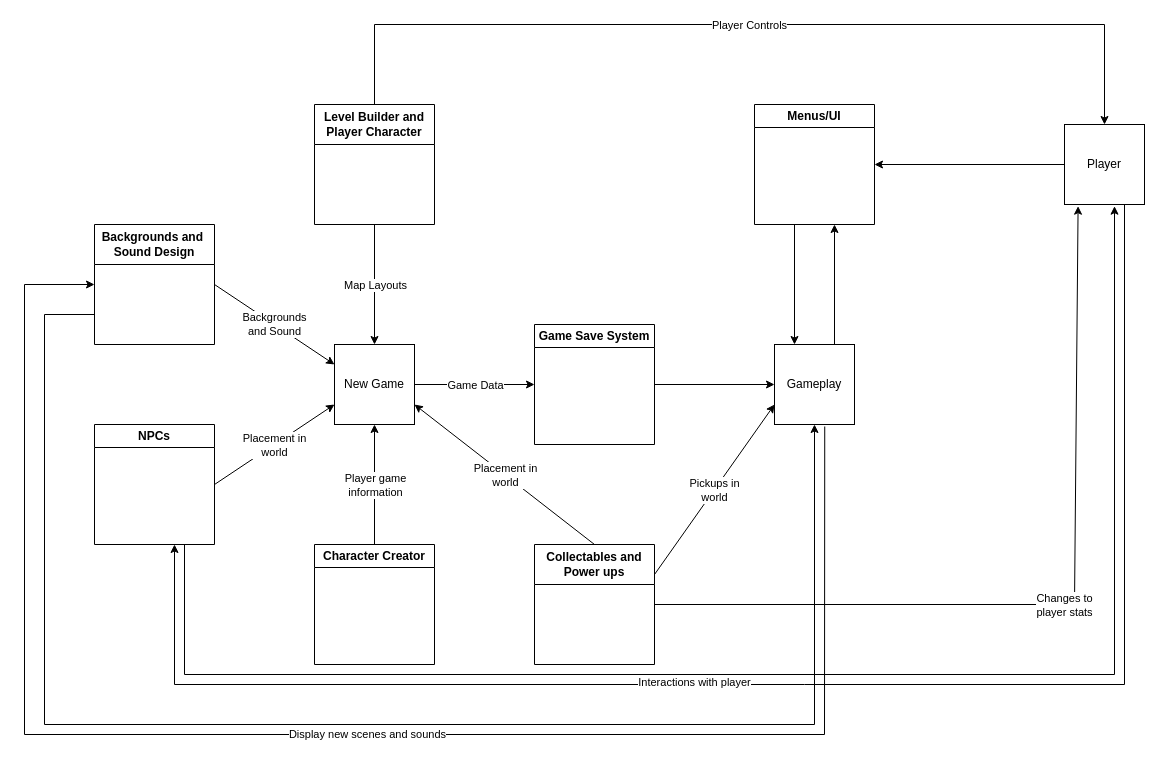
This is Docs/Data_Flow_Diagram_0_DRAWIO_VERSION.drawio from GreenSkyGames/Breaking-Red, a draw.io file, before an edit. Source tidied: cells renumbered, new cells numbered last; positions are measured from the earlier drawing's top-left corner, leaving out a move shared by most shapes. Both pictures are drawn from the tidied source at 100%, with x=0, y=0 at pixel (24, 24).
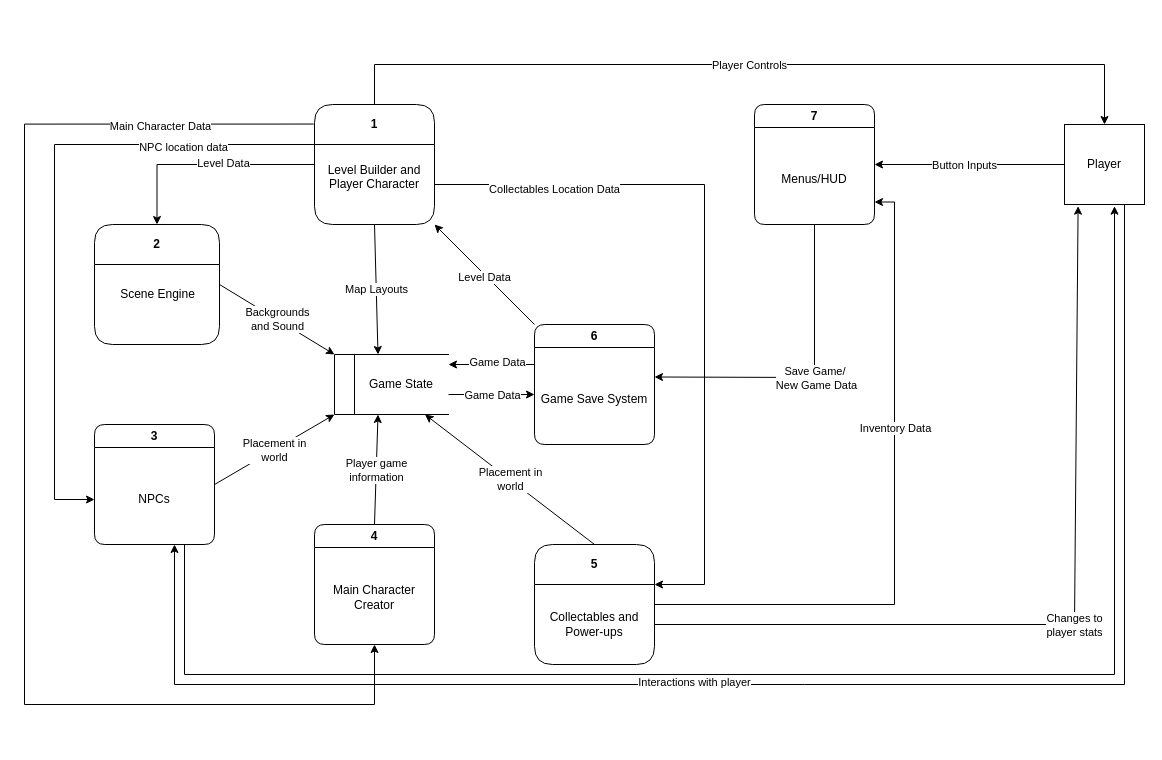
The same diagram, later.

Unchanged cells that the change refers to:
```xml
<mxCell id="12" value="Player" style="whiteSpace=wrap;html=1;" parent="1" vertex="1">
  <mxGeometry x="1040" y="100" width="80" height="80" as="geometry" />
</mxCell>
<mxCell id="13" style="endArrow=classic;html=1;rounded=0;exitX=0;exitY=0.5;exitDx=0;exitDy=0;entryX=1;entryY=0.5;entryDx=0;entryDy=0;" parent="1" edge="1" source="12" target="9">
  <mxGeometry relative="1" as="geometry" />
</mxCell>
```

The edit, as a diff of the source:
```diff
@@
-<mxGraphModel>
+<mxGraphModel background="#ffffff">
@@
-    <mxCell id="2" value="Level Builder and Player Character" style="swimlane;whiteSpace=wrap;html=1;startSize=40;" parent="1" vertex="1">
+    <mxCell id="2" value="1" style="swimlane;whiteSpace=wrap;html=1;startSize=40;rounded=1;" parent="1" vertex="1">
       <mxGeometry x="290" y="80" width="120" height="120" as="geometry" />
     </mxCell>
-    <mxCell id="3" value="New Game" style="whiteSpace=wrap;html=1;" parent="1" vertex="1">
-      <mxGeometry x="310" y="320" width="80" height="80" as="geometry" />
-    </mxCell>
+    <mxCell id="40" value="&lt;div&gt;Level Builder and&lt;/div&gt;&lt;div&gt;Player Character&lt;br&gt;&lt;/div&gt;&lt;div&gt;&lt;br&gt;&lt;/div&gt;" style="text;html=1;align=center;verticalAlign=middle;whiteSpace=wrap;rounded=0;" parent="2" vertex="1">
+      <mxGeometry y="40" width="120" height="80" as="geometry" />
+    </mxCell>
-    <mxCell id="4" value="&lt;div&gt;Backgrounds and&amp;nbsp;&lt;/div&gt;&lt;div&gt;Sound Design&lt;br&gt;&lt;/div&gt;" style="swimlane;whiteSpace=wrap;html=1;startSize=40;" parent="1" vertex="1">
-      <mxGeometry x="70" y="200" width="120" height="120" as="geometry" />
+    <mxCell id="4" value="2" style="swimlane;whiteSpace=wrap;html=1;startSize=40;rounded=1;" parent="1" vertex="1">
+      <mxGeometry x="70" y="200" width="125" height="120" as="geometry" />
     </mxCell>
+    <mxCell id="41" value="Scene Engine" style="text;html=1;align=center;verticalAlign=middle;strokeColor=none;fillColor=none;" parent="4" vertex="1">
+      <mxGeometry x="12.5" y="55" width="100" height="30" as="geometry" />
+    </mxCell>
-    <mxCell id="5" value="NPCs" style="swimlane;whiteSpace=wrap;html=1;" parent="1" vertex="1">
+    <mxCell id="5" value="3" style="swimlane;whiteSpace=wrap;html=1;rounded=1;" parent="1" vertex="1">
       <mxGeometry x="70" y="400" width="120" height="120" as="geometry" />
     </mxCell>
+    <mxCell id="42" value="NPCs" style="text;html=1;align=center;verticalAlign=middle;whiteSpace=wrap;rounded=0;" parent="5" vertex="1">
+      <mxGeometry y="30" width="120" height="90" as="geometry" />
+    </mxCell>
-    <mxCell id="6" value="Character Creator" style="swimlane;whiteSpace=wrap;html=1;" parent="1" vertex="1">
-      <mxGeometry x="290" y="520" width="120" height="120" as="geometry" />
+    <mxCell id="6" value="4" style="swimlane;whiteSpace=wrap;html=1;rounded=1;" parent="1" vertex="1">
+      <mxGeometry x="290" y="500" width="120" height="120" as="geometry" />
     </mxCell>
+    <mxCell id="43" value="&lt;div&gt;Main Character Creator&lt;/div&gt;" style="text;html=1;align=center;verticalAlign=middle;whiteSpace=wrap;rounded=0;" parent="6" vertex="1">
+      <mxGeometry y="25" width="120" height="95" as="geometry" />
+    </mxCell>
-    <mxCell id="7" value="Game Save System" style="swimlane;whiteSpace=wrap;html=1;" parent="1" vertex="1">
+    <mxCell id="7" value="6" style="swimlane;whiteSpace=wrap;html=1;rounded=1;startSize=23;" parent="1" vertex="1">
       <mxGeometry x="510" y="300" width="120" height="120" as="geometry" />
     </mxCell>
-    <mxCell id="8" value="Gameplay" style="whiteSpace=wrap;html=1;" parent="1" vertex="1">
-      <mxGeometry x="750" y="320" width="80" height="80" as="geometry" />
-    </mxCell>
+    <mxCell id="44" value="Game Save System" style="text;html=1;align=center;verticalAlign=middle;whiteSpace=wrap;rounded=0;" parent="7" vertex="1">
+      <mxGeometry y="30" width="120" height="90" as="geometry" />
+    </mxCell>
-    <mxCell id="9" value="Menus/UI" style="swimlane;whiteSpace=wrap;html=1;" parent="1" vertex="1">
+    <mxCell id="9" value="7" style="swimlane;whiteSpace=wrap;html=1;rounded=1;" parent="1" vertex="1">
       <mxGeometry x="730" y="80" width="120" height="120" as="geometry" />
     </mxCell>
-    <mxCell id="10" style="endArrow=classic;html=1;rounded=0;exitX=1;exitY=0.5;exitDx=0;exitDy=0;entryX=0;entryY=0.5;entryDx=0;entryDy=0;" parent="1" edge="1" source="7" target="8">
-      <mxGeometry relative="1" as="geometry" />
-    </mxCell>
-    <mxCell id="11" style="endArrow=classic;html=1;rounded=0;exitX=0.5;exitY=1;exitDx=0;exitDy=0;entryX=0.5;entryY=0;entryDx=0;entryDy=0;" parent="1" edge="1">
-      <mxGeometry relative="1" as="geometry">
-        <mxPoint x="770" y="200" as="sourcePoint" />
-        <mxPoint x="770" y="320" as="targetPoint" />
-      </mxGeometry>
-    </mxCell>
+    <mxCell id="45" value="Menus/HUD" style="text;html=1;align=center;verticalAlign=middle;whiteSpace=wrap;rounded=1;" parent="9" vertex="1">
+      <mxGeometry y="30" width="120" height="90" as="geometry" />
+    </mxCell>
@@
+    <mxCell id="46" value="Button Inputs" style="edgeLabel;html=1;align=center;verticalAlign=middle;" parent="13" vertex="1">
+      <mxGeometry x="0.06" relative="1" as="geometry" />
+    </mxCell>
     <mxCell id="14" style="endArrow=classic;html=1;rounded=0;exitX=0.5;exitY=0;exitDx=0;exitDy=0;entryX=0.5;entryY=0;entryDx=0;entryDy=0;" parent="1" edge="1" source="2" target="12">
       <mxGeometry relative="1" as="geometry">
         <Array as="points">
-          <mxPoint x="350" />
-          <mxPoint x="1080" />
+          <mxPoint x="350" y="40" />
+          <mxPoint x="1080" y="40" />
         </Array>
       </mxGeometry>
     </mxCell>
@@
-    <mxCell id="16" style="endArrow=classic;html=1;rounded=0;exitX=0.5;exitY=1;exitDx=0;exitDy=0;entryX=0.5;entryY=0;entryDx=0;entryDy=0;" parent="1" edge="1" source="2" target="3">
+    <mxCell id="16" style="endArrow=classic;html=1;rounded=0;exitX=0.5;exitY=1;exitDx=0;exitDy=0;entryX=0;entryY=0.75;entryDx=0;entryDy=0;" parent="1" edge="1" source="2" target="52">
       <mxGeometry relative="1" as="geometry" />
     </mxCell>
@@
-    <mxCell id="18" style="endArrow=classic;html=1;rounded=0;exitX=1;exitY=0.5;exitDx=0;exitDy=0;entryX=0;entryY=0.25;entryDx=0;entryDy=0;" parent="1" edge="1" source="4" target="3">
+    <mxCell id="18" style="endArrow=classic;html=1;rounded=0;exitX=1;exitY=0.5;exitDx=0;exitDy=0;entryX=0;entryY=1;entryDx=0;entryDy=0;" parent="1" edge="1" source="4" target="51">
       <mxGeometry relative="1" as="geometry" />
     </mxCell>
@@
-    <mxCell id="20" style="endArrow=classic;html=1;rounded=0;exitX=0.5;exitY=0;exitDx=0;exitDy=0;entryX=0.5;entryY=1;entryDx=0;entryDy=0;" parent="1" edge="1" source="6" target="3">
+    <mxCell id="20" style="endArrow=classic;html=1;rounded=0;exitX=0.5;exitY=0;exitDx=0;exitDy=0;entryX=1;entryY=0.75;entryDx=0;entryDy=0;" parent="1" edge="1" source="6" target="52">
       <mxGeometry relative="1" as="geometry" />
     </mxCell>
@@
-    <mxCell id="22" style="endArrow=classic;html=1;rounded=0;exitX=1;exitY=0.5;exitDx=0;exitDy=0;entryX=0;entryY=0.75;entryDx=0;entryDy=0;" parent="1" edge="1" source="5" target="3">
-      <mxGeometry relative="1" as="geometry" />
-    </mxCell>
-    <mxCell id="23" value="&lt;div&gt;Placement in&lt;/div&gt;&lt;div&gt;world&lt;br&gt;&lt;/div&gt;" style="edgeLabel;html=1;align=center;verticalAlign=middle;" parent="22" vertex="1">
-      <mxGeometry relative="1" as="geometry" />
-    </mxCell>
-    <mxCell id="24" style="endArrow=classic;html=1;rounded=0;exitX=1;exitY=0.5;exitDx=0;exitDy=0;entryX=0;entryY=0.5;entryDx=0;entryDy=0;" parent="1" edge="1" source="3" target="7">
-      <mxGeometry relative="1" as="geometry" />
+    <mxCell id="24" style="endArrow=classic;html=1;rounded=0;exitX=0.5;exitY=0;exitDx=0;exitDy=0;entryX=0;entryY=0.5;entryDx=0;entryDy=0;" parent="1" edge="1">
+      <mxGeometry relative="1" as="geometry">
+        <mxPoint x="424" y="370" as="sourcePoint" />
+        <mxPoint x="510" y="370" as="targetPoint" />
+      </mxGeometry>
     </mxCell>
@@
-    <mxCell id="26" style="endArrow=classic;html=1;rounded=0;exitX=0.75;exitY=0;exitDx=0;exitDy=0;" parent="1" edge="1" source="8">
-      <mxGeometry relative="1" as="geometry">
-        <mxPoint x="810" y="200" as="targetPoint" />
-      </mxGeometry>
-    </mxCell>
@@
-    <mxCell id="30" style="endArrow=classic;html=1;rounded=0;exitX=0;exitY=0.75;exitDx=0;exitDy=0;entryX=0.5;entryY=1;entryDx=0;entryDy=0;" parent="1" edge="1" source="4" target="8">
-      <mxGeometry relative="1" as="geometry">
-        <Array as="points">
-          <mxPoint x="20" y="290" />
-          <mxPoint x="20" y="700" />
-          <mxPoint x="790" y="700" />
-        </Array>
-      </mxGeometry>
-    </mxCell>
+    <mxCell id="47" style="edgeStyle=orthogonalEdgeStyle;rounded=0;jettySize=auto;html=1;exitX=1;exitY=0.25;exitDx=0;exitDy=0;entryX=1;entryY=0.75;entryDx=0;entryDy=0;" parent="1" edge="1" source="49" target="45">
+      <mxGeometry relative="1" as="geometry">
+        <Array as="points">
+          <mxPoint x="870" y="580" />
+          <mxPoint x="870" y="178" />
+        </Array>
+      </mxGeometry>
+    </mxCell>
+    <mxCell id="48" value="Inventory Data" style="edgeLabel;html=1;align=center;verticalAlign=middle;" parent="47" vertex="1">
+      <mxGeometry x="0.26" relative="1" as="geometry" />
+    </mxCell>
-    <mxCell id="31" value="Collectables and Power ups" style="swimlane;whiteSpace=wrap;html=1;startSize=40;" parent="1" vertex="1">
+    <mxCell id="31" value="5" style="swimlane;whiteSpace=wrap;html=1;startSize=40;rounded=1;" parent="1" vertex="1">
       <mxGeometry x="510" y="520" width="120" height="120" as="geometry" />
     </mxCell>
+    <mxCell id="49" value="&lt;div&gt;Collectables and&lt;/div&gt;&lt;div&gt;Power-ups&lt;br&gt;&lt;/div&gt;" style="text;html=1;align=center;verticalAlign=middle;whiteSpace=wrap;rounded=0;" parent="31" vertex="1">
+      <mxGeometry y="40" width="120" height="80" as="geometry" />
+    </mxCell>
-    <mxCell id="32" style="endArrow=classic;html=1;rounded=0;entryX=1;entryY=0.75;entryDx=0;entryDy=0;exitX=0.5;exitY=0;exitDx=0;exitDy=0;" parent="1" edge="1" source="31" target="3">
+    <mxCell id="32" style="endArrow=classic;html=1;rounded=0;entryX=1;entryY=0.25;entryDx=0;entryDy=0;exitX=0.5;exitY=0;exitDx=0;exitDy=0;" parent="1" edge="1" source="31" target="52">
       <mxGeometry relative="1" as="geometry" />
     </mxCell>
@@
-    <mxCell id="34" style="endArrow=classic;html=1;rounded=0;exitX=0.628;exitY=1.025;exitDx=0;exitDy=0;entryX=0;entryY=0.5;entryDx=0;entryDy=0;exitPerimeter=0;" parent="1" edge="1" source="8" target="4">
-      <mxGeometry relative="1" as="geometry">
-        <Array as="points">
-          <mxPoint x="800" y="710" />
-          <mxPoint y="710" />
-          <mxPoint y="260" />
-        </Array>
-      </mxGeometry>
-    </mxCell>
-    <mxCell id="35" value="Display new scenes and sounds" style="edgeLabel;html=1;align=center;verticalAlign=middle;" parent="34" vertex="1">
-      <mxGeometry x="-0.06" y="-1" relative="1" as="geometry">
-        <mxPoint x="-1" as="offset" />
-      </mxGeometry>
-    </mxCell>
-    <mxCell id="36" style="endArrow=classic;html=1;rounded=0;exitX=1;exitY=0.5;exitDx=0;exitDy=0;entryX=0.17;entryY=1.021;entryDx=0;entryDy=0;entryPerimeter=0;" parent="1" edge="1" source="31" target="12">
+    <mxCell id="36" style="endArrow=classic;html=1;rounded=0;exitX=1;exitY=0.5;exitDx=0;exitDy=0;entryX=0.17;entryY=1.021;entryDx=0;entryDy=0;entryPerimeter=0;" parent="1" edge="1" source="49" target="12">
       <mxGeometry relative="1" as="geometry">
         <Array as="points">
-          <mxPoint x="1050" y="580" />
+          <mxPoint x="1050" y="600" />
         </Array>
       </mxGeometry>
     </mxCell>
@@
-    <mxCell id="38" style="endArrow=classic;html=1;rounded=0;exitX=1;exitY=0.25;exitDx=0;exitDy=0;entryX=0;entryY=0.75;entryDx=0;entryDy=0;" parent="1" edge="1" source="31" target="8">
-      <mxGeometry relative="1" as="geometry" />
-    </mxCell>
-    <mxCell id="39" value="&lt;div&gt;Pickups in&lt;/div&gt;&lt;div&gt;world&lt;br&gt;&lt;/div&gt;" style="edgeLabel;html=1;align=center;verticalAlign=middle;" parent="38" vertex="1">
-      <mxGeometry relative="1" as="geometry" />
-    </mxCell>
+    <mxCell id="50" style="endArrow=classic;html=1;rounded=0;exitX=1;exitY=0.5;exitDx=0;exitDy=0;entryX=1;entryY=1;entryDx=0;entryDy=0;" parent="1" edge="1" source="5" target="51">
+      <mxGeometry relative="1" as="geometry" />
+    </mxCell>
+    <mxCell id="23" value="&lt;div&gt;Placement in&lt;/div&gt;&lt;div&gt;world&lt;br&gt;&lt;/div&gt;" style="edgeLabel;html=1;align=center;verticalAlign=middle;" parent="50" vertex="1">
+      <mxGeometry relative="1" as="geometry" />
+    </mxCell>
+    <mxCell id="51" style="shape=partialRectangle;whiteSpace=wrap;html=1;bottom=1;right=1;left=1;top=0;fillColor=none;routingCenterX=-0.5;direction=south;" parent="1" vertex="1">
+      <mxGeometry x="310" y="330" width="54" height="60" as="geometry" />
+    </mxCell>
+    <mxCell id="52" value="Game State" style="shape=partialRectangle;whiteSpace=wrap;html=1;bottom=1;right=1;left=1;top=0;fillColor=none;routingCenterX=-0.5;direction=south;" parent="1" vertex="1">
+      <mxGeometry x="330" y="330" width="94" height="60" as="geometry" />
+    </mxCell>
+    <mxCell id="53" style="endArrow=classic;html=1;rounded=0;exitX=0;exitY=0;exitDx=0;exitDy=0;entryX=0;entryY=0;entryDx=0;entryDy=0;" parent="1" edge="1">
+      <mxGeometry relative="1" as="geometry">
+        <mxPoint x="510" y="340" as="sourcePoint" />
+        <mxPoint x="424" y="340" as="targetPoint" />
+      </mxGeometry>
+    </mxCell>
+    <mxCell id="54" value="Game Data" style="edgeLabel;html=1;align=center;verticalAlign=middle;" parent="53" vertex="1">
+      <mxGeometry x="-0.11" y="-3" relative="1" as="geometry" />
+    </mxCell>
+    <mxCell id="55" style="endArrow=classic;html=1;rounded=0;exitX=0.5;exitY=1;exitDx=0;exitDy=0;entryX=1;entryY=0.25;entryDx=0;entryDy=0;" parent="1" edge="1" source="45" target="44">
+      <mxGeometry relative="1" as="geometry">
+        <Array as="points">
+          <mxPoint x="790" y="353" />
+        </Array>
+      </mxGeometry>
+    </mxCell>
+    <mxCell id="56" value="&lt;div&gt;Save Game/&amp;nbsp;&lt;/div&gt;&lt;div&gt;New Game Data&lt;/div&gt;" style="edgeLabel;html=1;align=center;verticalAlign=middle;" parent="55" vertex="1">
+      <mxGeometry x="-0.03" y="1" relative="1" as="geometry">
+        <mxPoint y="1" as="offset" />
+      </mxGeometry>
+    </mxCell>
+    <mxCell id="57" style="endArrow=classic;html=1;rounded=0;exitX=0;exitY=0;exitDx=0;exitDy=0;entryX=1;entryY=1;entryDx=0;entryDy=0;" parent="1" edge="1" source="7" target="40">
+      <mxGeometry relative="1" as="geometry" />
+    </mxCell>
+    <mxCell id="58" value="&lt;div&gt;Level Data&lt;br&gt;&lt;/div&gt;" style="edgeLabel;html=1;align=center;verticalAlign=middle;" parent="57" vertex="1">
+      <mxGeometry x="-0.02" y="2" relative="1" as="geometry" />
+    </mxCell>
+    <mxCell id="59" style="edgeStyle=orthogonalEdgeStyle;rounded=0;jettySize=auto;html=1;exitX=0;exitY=0.25;exitDx=0;exitDy=0;entryX=0.5;entryY=0;entryDx=0;entryDy=0;" parent="1" edge="1" source="40" target="4">
+      <mxGeometry relative="1" as="geometry" />
+    </mxCell>
+    <mxCell id="60" value="Level Data" style="edgeLabel;html=1;align=center;verticalAlign=middle;" parent="59" vertex="1">
+      <mxGeometry x="-0.15" y="-2" relative="1" as="geometry" />
+    </mxCell>
+    <mxCell id="61" style="edgeStyle=orthogonalEdgeStyle;rounded=0;jettySize=auto;html=1;exitX=-0.007;exitY=0.163;exitDx=0;exitDy=0;entryX=0.5;entryY=1;entryDx=0;entryDy=0;exitPerimeter=0;" parent="1" edge="1" source="2" target="43">
+      <mxGeometry relative="1" as="geometry">
+        <Array as="points">
+          <mxPoint y="100" />
+          <mxPoint y="680" />
+          <mxPoint x="350" y="680" />
+        </Array>
+      </mxGeometry>
+    </mxCell>
+    <mxCell id="62" value="Main Character Data" style="edgeLabel;html=1;align=center;verticalAlign=middle;" parent="61" vertex="1">
+      <mxGeometry x="-0.76" y="2" relative="1" as="geometry" />
+    </mxCell>
+    <mxCell id="63" style="edgeStyle=orthogonalEdgeStyle;rounded=0;jettySize=auto;html=1;exitX=0;exitY=0;exitDx=0;exitDy=0;entryX=0;entryY=0.5;entryDx=0;entryDy=0;" parent="1" edge="1" source="40" target="42">
+      <mxGeometry relative="1" as="geometry">
+        <Array as="points">
+          <mxPoint x="30" y="120" />
+          <mxPoint x="30" y="475" />
+        </Array>
+      </mxGeometry>
+    </mxCell>
+    <mxCell id="64" value="NPC location data" style="edgeLabel;html=1;align=center;verticalAlign=middle;" parent="63" vertex="1">
+      <mxGeometry x="-0.6" y="2" relative="1" as="geometry" />
+    </mxCell>
+    <mxCell id="65" style="edgeStyle=orthogonalEdgeStyle;rounded=0;jettySize=auto;html=1;exitX=1;exitY=0.5;exitDx=0;exitDy=0;entryX=1;entryY=0;entryDx=0;entryDy=0;" parent="1" edge="1" source="40" target="49">
+      <mxGeometry relative="1" as="geometry">
+        <Array as="points">
+          <mxPoint x="680" y="160" />
+          <mxPoint x="680" y="560" />
+        </Array>
+      </mxGeometry>
+    </mxCell>
+    <mxCell id="66" value="Collectables Location Data" style="edgeLabel;html=1;align=center;verticalAlign=middle;" parent="65" vertex="1">
+      <mxGeometry x="-0.67" y="-4" relative="1" as="geometry" />
+    </mxCell>
```
